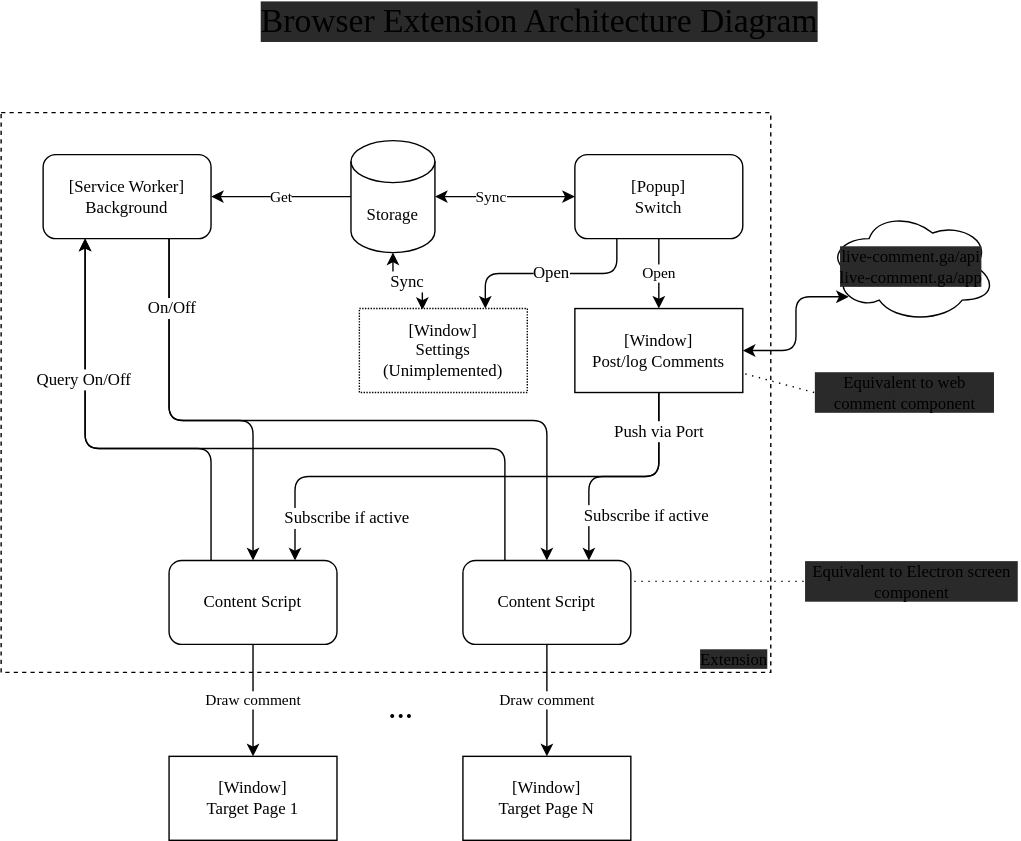
Before: packages/app/design/extension.drawio.svg, a diagram exported from draw.io (ihiroky/live-comment). Source tidied: cells renumbered, new cells last; positions are measured from the earlier drawing's top-left corner, leaving out a move shared by most shapes.
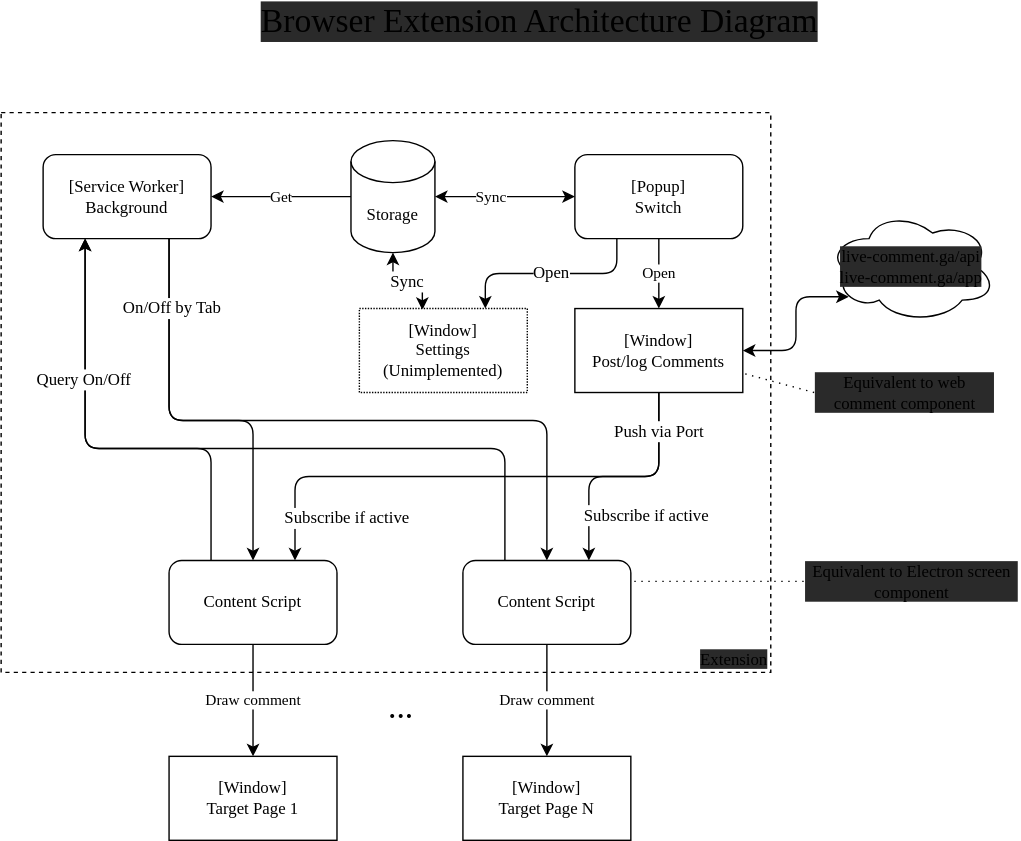
The same file after the commit.

Diff of the diagram source:
```diff
@@ -61,7 +61,7 @@
         </Array>
       </mxGeometry>
     </mxCell>
-    <mxCell id="15" value="On/Off" style="edgeLabel;html=1;align=center;verticalAlign=middle;fontSize=12;fontFamily=Comic Sans MS;" parent="14" vertex="1">
+    <mxCell id="15" value="On/Off by Tab" style="edgeLabel;html=1;align=center;verticalAlign=middle;fontSize=12;fontFamily=Comic Sans MS;" parent="14" vertex="1">
       <mxGeometry x="-0.8" y="1" relative="1" as="geometry" />
     </mxCell>
     <mxCell id="16" value="Get" style="edgeStyle=elbowEdgeStyle;elbow=vertical;html=1;entryX=0;entryY=0.5;entryDx=0;entryDy=0;entryPerimeter=0;startArrow=classic;startFill=1;fontFamily=Comic Sans MS;endArrow=none;endFill=0;" parent="1" edge="1" source="31" target="29">
```
